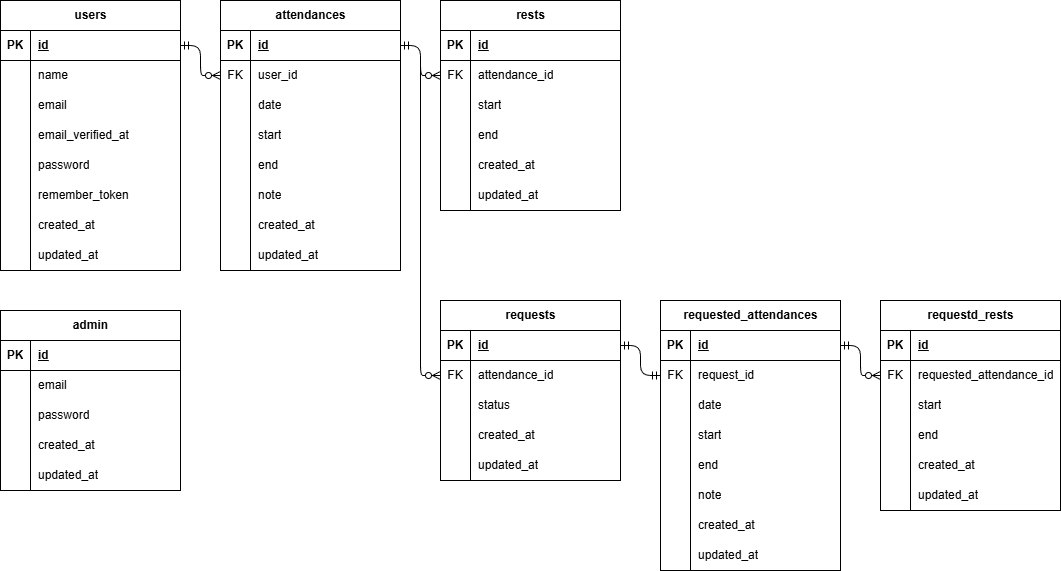
The draw.io diagram ER.drawio.png in kasahara-dev/kasahara-mogi2, before a commit. Source tidied: cells renumbered, new cells last; positions are measured from the earlier drawing's top-left corner, leaving out a move shared by most shapes.
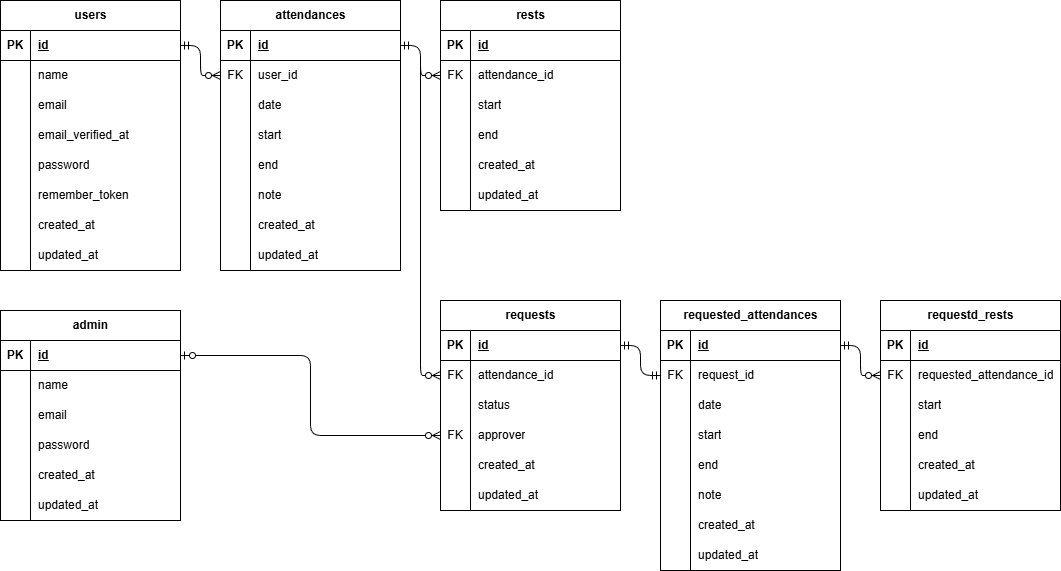
After the commit.

What changed in the source:
```diff
@@ -78,7 +78,7 @@
       <mxGeometry x="30" width="150" height="30" as="geometry" />
     </mxCell>
     <mxCell id="27" value="admin" style="shape=table;startSize=30;rowLines=0;fontStyle=1;align=center;html=1;" parent="1" vertex="1">
-      <mxGeometry y="310" width="180" height="180" as="geometry" />
+      <mxGeometry y="310" width="180" height="210" as="geometry" />
     </mxCell>
     <mxCell id="28" style="shape=tableRow;horizontal=0;startSize=0;swimlaneHead=0;swimlaneBody=0;fillColor=none;points=[[0,0.5],[1,0.5]];portConstraint=eastwest;top=0;left=0;right=0;bottom=1;" parent="27" vertex="1">
       <mxGeometry y="30" width="180" height="30" as="geometry" />
@@ -89,8 +89,17 @@
     <mxCell id="30" value="id" style="shape=partialRectangle;fillColor=none;top=0;left=0;bottom=0;right=0;align=left;spacingLeft=6;fontStyle=5;overflow=hidden;whiteSpace=wrap;html=1;" parent="28" vertex="1">
       <mxGeometry x="30" width="150" height="30" as="geometry" />
     </mxCell>
+    <mxCell id="152" style="shape=tableRow;horizontal=0;startSize=0;swimlaneHead=0;swimlaneBody=0;fillColor=none;top=0;left=0;right=0;bottom=0;" parent="27" vertex="1">
+      <mxGeometry y="60" width="180" height="30" as="geometry" />
+    </mxCell>
+    <mxCell id="153" style="shape=partialRectangle;fillColor=none;top=0;left=0;bottom=0;right=0;overflow=hidden;whiteSpace=wrap;html=1;" parent="152" vertex="1">
+      <mxGeometry width="30" height="30" as="geometry" />
+    </mxCell>
+    <mxCell id="154" value="name" style="shape=partialRectangle;fillColor=none;top=0;left=0;bottom=0;right=0;align=left;spacingLeft=6;overflow=hidden;whiteSpace=wrap;html=1;" parent="152" vertex="1">
+      <mxGeometry x="30" width="150" height="30" as="geometry" />
+    </mxCell>
     <mxCell id="31" style="shape=tableRow;horizontal=0;startSize=0;swimlaneHead=0;swimlaneBody=0;fillColor=none;top=0;left=0;right=0;bottom=0;" parent="27" vertex="1">
-      <mxGeometry y="60" width="180" height="30" as="geometry" />
+      <mxGeometry y="90" width="180" height="30" as="geometry" />
     </mxCell>
     <mxCell id="32" style="shape=partialRectangle;fillColor=none;top=0;left=0;bottom=0;right=0;overflow=hidden;whiteSpace=wrap;html=1;" parent="31" vertex="1">
       <mxGeometry width="30" height="30" as="geometry" />
@@ -99,7 +108,7 @@
       <mxGeometry x="30" width="150" height="30" as="geometry" />
     </mxCell>
     <mxCell id="34" style="shape=tableRow;horizontal=0;startSize=0;swimlaneHead=0;swimlaneBody=0;fillColor=none;top=0;left=0;right=0;bottom=0;" parent="27" vertex="1">
-      <mxGeometry y="90" width="180" height="30" as="geometry" />
+      <mxGeometry y="120" width="180" height="30" as="geometry" />
     </mxCell>
     <mxCell id="35" style="shape=partialRectangle;fillColor=none;top=0;left=0;bottom=0;right=0;overflow=hidden;whiteSpace=wrap;html=1;" parent="34" vertex="1">
       <mxGeometry width="30" height="30" as="geometry" />
@@ -108,7 +117,7 @@
       <mxGeometry x="30" width="150" height="30" as="geometry" />
     </mxCell>
     <mxCell id="37" style="shape=tableRow;horizontal=0;startSize=0;swimlaneHead=0;swimlaneBody=0;fillColor=none;top=0;left=0;right=0;bottom=0;" parent="27" vertex="1">
-      <mxGeometry y="120" width="180" height="30" as="geometry" />
+      <mxGeometry y="150" width="180" height="30" as="geometry" />
     </mxCell>
     <mxCell id="38" style="shape=partialRectangle;fillColor=none;top=0;left=0;bottom=0;right=0;overflow=hidden;whiteSpace=wrap;html=1;" parent="37" vertex="1">
       <mxGeometry width="30" height="30" as="geometry" />
@@ -117,7 +126,7 @@
       <mxGeometry x="30" width="150" height="30" as="geometry" />
     </mxCell>
     <mxCell id="40" style="shape=tableRow;horizontal=0;startSize=0;swimlaneHead=0;swimlaneBody=0;fillColor=none;top=0;left=0;right=0;bottom=0;" parent="27" vertex="1">
-      <mxGeometry y="150" width="180" height="30" as="geometry" />
+      <mxGeometry y="180" width="180" height="30" as="geometry" />
     </mxCell>
     <mxCell id="41" style="shape=partialRectangle;fillColor=none;top=0;left=0;bottom=0;right=0;overflow=hidden;whiteSpace=wrap;html=1;" parent="40" vertex="1">
       <mxGeometry width="30" height="30" as="geometry" />
@@ -396,7 +405,7 @@
       <mxGeometry x="30" width="150" height="30" as="geometry" />
     </mxCell>
     <mxCell id="133" value="requests" style="shape=table;startSize=30;rowLines=0;fontStyle=1;align=center;html=1;" parent="1" vertex="1">
-      <mxGeometry x="440" y="300" width="180" height="180" as="geometry" />
+      <mxGeometry x="440" y="300" width="180" height="210" as="geometry" />
     </mxCell>
     <mxCell id="134" style="shape=tableRow;horizontal=0;startSize=0;swimlaneHead=0;swimlaneBody=0;fillColor=none;points=[[0,0.5],[1,0.5]];portConstraint=eastwest;top=0;left=0;right=0;bottom=1;" parent="133" vertex="1">
       <mxGeometry y="30" width="180" height="30" as="geometry" />
@@ -425,8 +434,17 @@
     <mxCell id="142" value="status" style="shape=partialRectangle;fillColor=none;top=0;left=0;bottom=0;right=0;align=left;spacingLeft=6;overflow=hidden;whiteSpace=wrap;html=1;" parent="140" vertex="1">
       <mxGeometry x="30" width="150" height="30" as="geometry" />
     </mxCell>
+    <mxCell id="155" style="shape=tableRow;horizontal=0;startSize=0;swimlaneHead=0;swimlaneBody=0;fillColor=none;points=[[0,0.5],[1,0.5]];portConstraint=eastwest;top=0;left=0;right=0;bottom=0;" parent="133" vertex="1">
+      <mxGeometry y="120" width="180" height="30" as="geometry" />
+    </mxCell>
+    <mxCell id="156" value="FK" style="shape=partialRectangle;fillColor=none;top=0;left=0;bottom=0;right=0;overflow=hidden;whiteSpace=wrap;html=1;" parent="155" vertex="1">
+      <mxGeometry width="30" height="30" as="geometry" />
+    </mxCell>
+    <mxCell id="157" value="approver" style="shape=partialRectangle;fillColor=none;top=0;left=0;bottom=0;right=0;align=left;spacingLeft=6;overflow=hidden;whiteSpace=wrap;html=1;" parent="155" vertex="1">
+      <mxGeometry x="30" width="150" height="30" as="geometry" />
+    </mxCell>
     <mxCell id="143" style="shape=tableRow;horizontal=0;startSize=0;swimlaneHead=0;swimlaneBody=0;fillColor=none;top=0;left=0;right=0;bottom=0;" parent="133" vertex="1">
-      <mxGeometry y="120" width="180" height="30" as="geometry" />
+      <mxGeometry y="150" width="180" height="30" as="geometry" />
     </mxCell>
     <mxCell id="144" style="shape=partialRectangle;fillColor=none;top=0;left=0;bottom=0;right=0;overflow=hidden;whiteSpace=wrap;html=1;" parent="143" vertex="1">
       <mxGeometry width="30" height="30" as="geometry" />
@@ -435,7 +453,7 @@
       <mxGeometry x="30" width="150" height="30" as="geometry" />
     </mxCell>
     <mxCell id="146" style="shape=tableRow;horizontal=0;startSize=0;swimlaneHead=0;swimlaneBody=0;fillColor=none;top=0;left=0;right=0;bottom=0;" parent="133" vertex="1">
-      <mxGeometry y="150" width="180" height="30" as="geometry" />
+      <mxGeometry y="180" width="180" height="30" as="geometry" />
     </mxCell>
     <mxCell id="147" style="shape=partialRectangle;fillColor=none;top=0;left=0;bottom=0;right=0;overflow=hidden;whiteSpace=wrap;html=1;" parent="146" vertex="1">
       <mxGeometry width="30" height="30" as="geometry" />
@@ -452,5 +470,8 @@
     <mxCell id="151" style="edgeStyle=orthogonalEdgeStyle;html=1;exitX=1;exitY=0.5;exitDx=0;exitDy=0;entryX=0;entryY=0.5;entryDx=0;entryDy=0;startArrow=ERmandOne;startFill=0;endArrow=ERzeroToMany;endFill=0;" parent="1" edge="1" source="90" target="118">
       <mxGeometry relative="1" as="geometry" />
     </mxCell>
+    <mxCell id="158" style="html=1;exitX=1;exitY=0.5;exitDx=0;exitDy=0;entryX=0;entryY=0.5;entryDx=0;entryDy=0;startArrow=ERzeroToOne;startFill=0;endArrow=ERzeroToMany;endFill=0;edgeStyle=orthogonalEdgeStyle;" parent="1" edge="1" source="28" target="155">
+      <mxGeometry relative="1" as="geometry" />
+    </mxCell>
   </root>
 </mxGraphModel>
```
